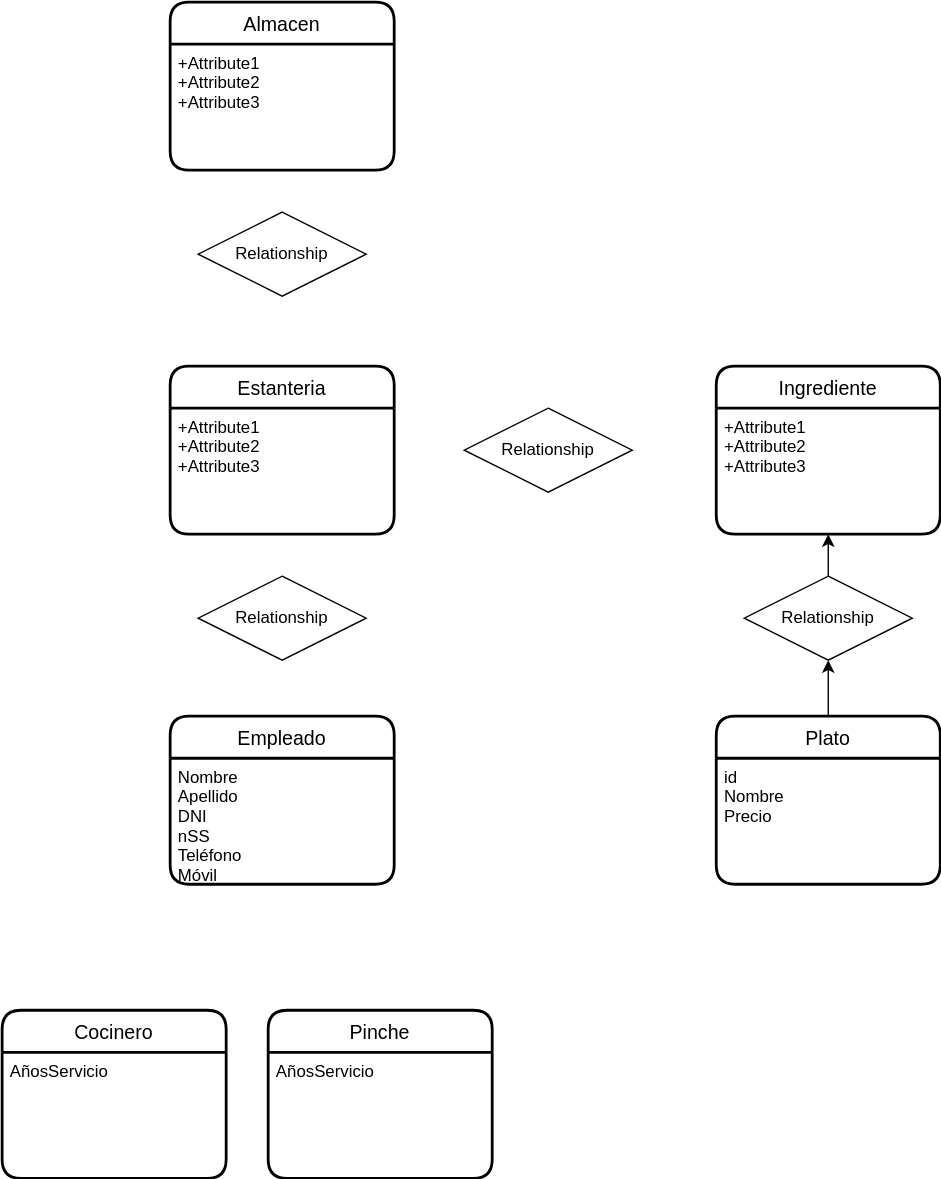
Before: UD12-13.svg, a diagram exported from draw.io (Jimxx22/C3-UD11-UML). Source tidied: cells renumbered, new cells last; positions are measured from the earlier drawing's top-left corner, leaving out a move shared by most shapes.
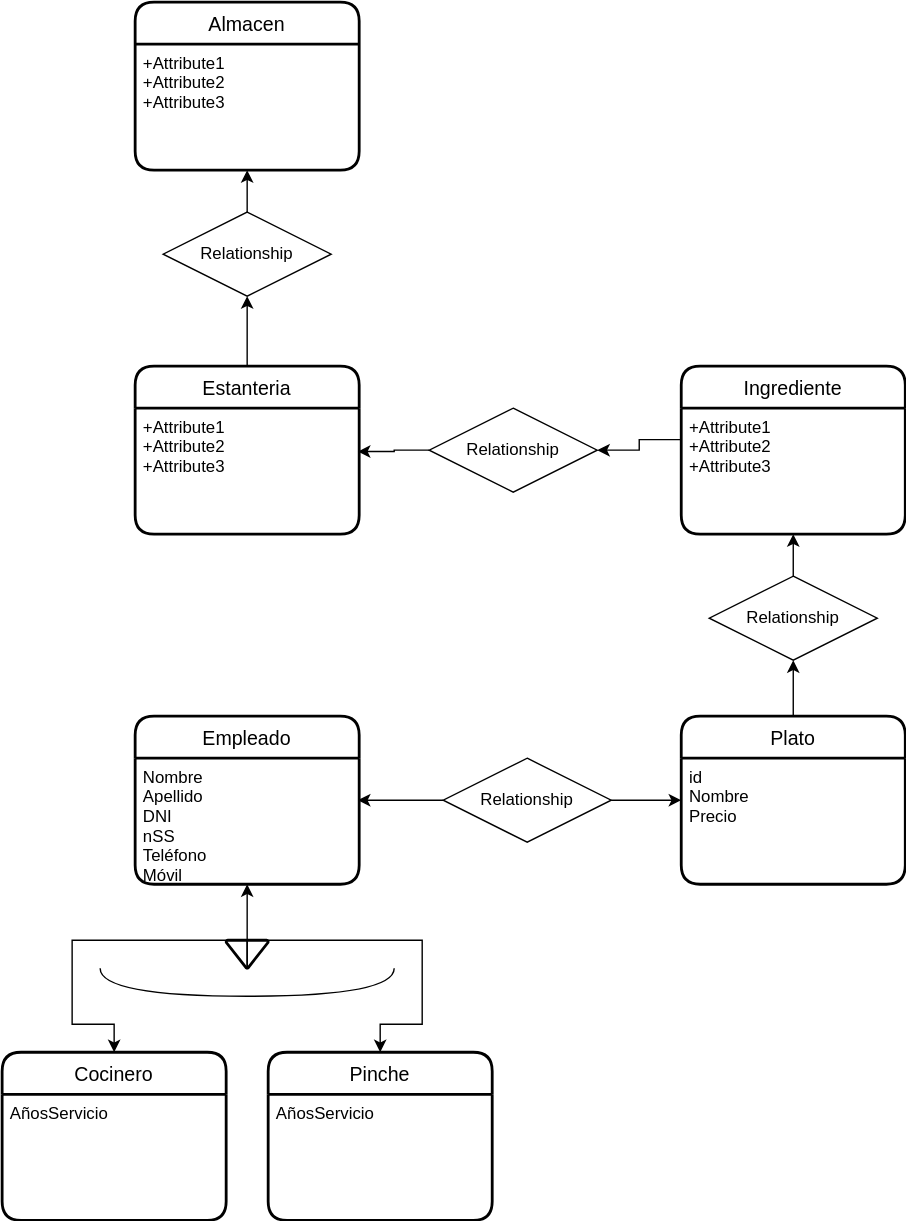
The same diagram one commit later.

Diff of the diagram source:
```diff
@@ -9,13 +9,13 @@
       <mxGeometry y="30" width="160" height="90" as="geometry" />
     </mxCell>
     <mxCell id="4" value="Cocinero" style="swimlane;horizontal=1;startSize=30;rounded=1;fontSize=14;fontStyle=0;strokeWidth=2;shadow=0;dashed=0;align=center;" parent="1" vertex="1">
-      <mxGeometry y="720" width="160" height="120" as="geometry" />
+      <mxGeometry x="25" y="750" width="160" height="120" as="geometry" />
     </mxCell>
     <mxCell id="5" value="AñosServicio" style="align=left;strokeColor=none;fillColor=none;spacingLeft=4;fontSize=12;verticalAlign=top;" parent="4" vertex="1">
       <mxGeometry y="30" width="160" height="90" as="geometry" />
     </mxCell>
     <mxCell id="6" value="Pinche" style="swimlane;horizontal=1;startSize=30;rounded=1;fontSize=14;fontStyle=0;strokeWidth=2;shadow=0;dashed=0;align=center;" parent="1" vertex="1">
-      <mxGeometry x="190" y="720" width="160" height="120" as="geometry" />
+      <mxGeometry x="215" y="750" width="160" height="120" as="geometry" />
     </mxCell>
     <mxCell id="7" value="AñosServicio" style="align=left;strokeColor=none;fillColor=none;spacingLeft=4;fontSize=12;verticalAlign=top;" parent="6" vertex="1">
       <mxGeometry y="30" width="160" height="90" as="geometry" />
@@ -35,6 +35,9 @@
     <mxCell id="12" value="+Attribute1&#10;+Attribute2&#10;+Attribute3" style="align=left;strokeColor=none;fillColor=none;spacingLeft=4;fontSize=12;verticalAlign=top;" parent="11" vertex="1">
       <mxGeometry y="30" width="160" height="90" as="geometry" />
     </mxCell>
+    <mxCell id="22" style="edgeStyle=orthogonalEdgeStyle;rounded=0;jettySize=auto;html=1;" parent="1" edge="1" source="13" target="20">
+      <mxGeometry relative="1" as="geometry" />
+    </mxCell>
     <mxCell id="13" value="Estanteria" style="swimlane;horizontal=1;startSize=30;rounded=1;fontSize=14;fontStyle=0;strokeWidth=2;shadow=0;dashed=0;align=center;" parent="1" vertex="1">
       <mxGeometry x="120" y="260" width="160" height="120" as="geometry" />
     </mxCell>
@@ -53,14 +56,44 @@
     <mxCell id="18" value="Relationship" style="shape=rhombus;perimeter=rhombusPerimeter;whiteSpace=wrap;html=1;align=center;" parent="1" vertex="1">
       <mxGeometry x="530" y="410" width="120" height="60" as="geometry" />
     </mxCell>
+    <mxCell id="23" style="edgeStyle=orthogonalEdgeStyle;rounded=0;jettySize=auto;html=1;exitX=0;exitY=0.5;exitDx=0;exitDy=0;entryX=0.994;entryY=0.344;entryDx=0;entryDy=0;entryPerimeter=0;" parent="1" edge="1" source="19" target="14">
+      <mxGeometry relative="1" as="geometry" />
+    </mxCell>
     <mxCell id="19" value="Relationship" style="shape=rhombus;perimeter=rhombusPerimeter;whiteSpace=wrap;html=1;align=center;" parent="1" vertex="1">
       <mxGeometry x="330" y="290" width="120" height="60" as="geometry" />
     </mxCell>
+    <mxCell id="24" style="edgeStyle=orthogonalEdgeStyle;rounded=0;jettySize=auto;html=1;exitX=0.5;exitY=0;exitDx=0;exitDy=0;entryX=0.5;entryY=1;entryDx=0;entryDy=0;" parent="1" edge="1" source="20" target="15">
+      <mxGeometry relative="1" as="geometry" />
+    </mxCell>
     <mxCell id="20" value="Relationship" style="shape=rhombus;perimeter=rhombusPerimeter;whiteSpace=wrap;html=1;align=center;" parent="1" vertex="1">
       <mxGeometry x="140" y="150" width="120" height="60" as="geometry" />
     </mxCell>
+    <mxCell id="25" style="edgeStyle=orthogonalEdgeStyle;rounded=0;jettySize=auto;html=1;exitX=0;exitY=0.5;exitDx=0;exitDy=0;entryX=0.994;entryY=0.333;entryDx=0;entryDy=0;entryPerimeter=0;" parent="1" edge="1" source="21" target="3">
+      <mxGeometry relative="1" as="geometry" />
+    </mxCell>
+    <mxCell id="26" style="edgeStyle=orthogonalEdgeStyle;rounded=0;jettySize=auto;html=1;exitX=1;exitY=0.5;exitDx=0;exitDy=0;entryX=0;entryY=0.5;entryDx=0;entryDy=0;" parent="1" edge="1" source="21" target="9">
+      <mxGeometry relative="1" as="geometry" />
+    </mxCell>
     <mxCell id="21" value="Relationship" style="shape=rhombus;perimeter=rhombusPerimeter;whiteSpace=wrap;html=1;align=center;" parent="1" vertex="1">
-      <mxGeometry x="140" y="410" width="120" height="60" as="geometry" />
+      <mxGeometry x="340" y="540" width="120" height="60" as="geometry" />
     </mxCell>
+    <mxCell id="27" style="edgeStyle=orthogonalEdgeStyle;rounded=0;jettySize=auto;html=1;exitX=0;exitY=0.25;exitDx=0;exitDy=0;entryX=1;entryY=0.5;entryDx=0;entryDy=0;" parent="1" edge="1" source="12" target="19">
+      <mxGeometry relative="1" as="geometry" />
+    </mxCell>
+    <mxCell id="28" style="edgeStyle=orthogonalEdgeStyle;rounded=0;jettySize=auto;html=1;exitX=0.5;exitY=0;exitDx=0;exitDy=0;exitPerimeter=0;entryX=0.5;entryY=1;entryDx=0;entryDy=0;" parent="1" edge="1" source="29" target="3">
+      <mxGeometry relative="1" as="geometry" />
+    </mxCell>
+    <mxCell id="29" style="strokeWidth=2;html=1;shape=mxgraph.flowchart.merge_or_storage;whiteSpace=wrap;labelBackgroundColor=none;" parent="1" vertex="1">
+      <mxGeometry x="185" y="670" width="30" height="20" as="geometry" />
+    </mxCell>
+    <mxCell id="30" style="edgeStyle=orthogonalEdgeStyle;rounded=0;jettySize=auto;html=1;exitX=0;exitY=0.5;exitDx=0;exitDy=0;exitPerimeter=0;entryX=0.5;entryY=0;entryDx=0;entryDy=0;strokeColor=default;" parent="1" edge="1" source="32" target="6">
+      <mxGeometry relative="1" as="geometry" />
+    </mxCell>
+    <mxCell id="31" style="edgeStyle=orthogonalEdgeStyle;rounded=0;jettySize=auto;html=1;exitX=0;exitY=0.5;exitDx=0;exitDy=0;exitPerimeter=0;entryX=0.5;entryY=0;entryDx=0;entryDy=0;strokeColor=default;" parent="1" edge="1" source="32" target="4">
+      <mxGeometry relative="1" as="geometry" />
+    </mxCell>
+    <mxCell id="32" style="shape=requiredInterface;html=1;verticalLabelPosition=bottom;sketch=0;direction=south;labelBackgroundColor=none;" parent="1" vertex="1">
+      <mxGeometry x="95" y="690" width="210" height="20" as="geometry" />
+    </mxCell>
   </root>
 </mxGraphModel>
```
